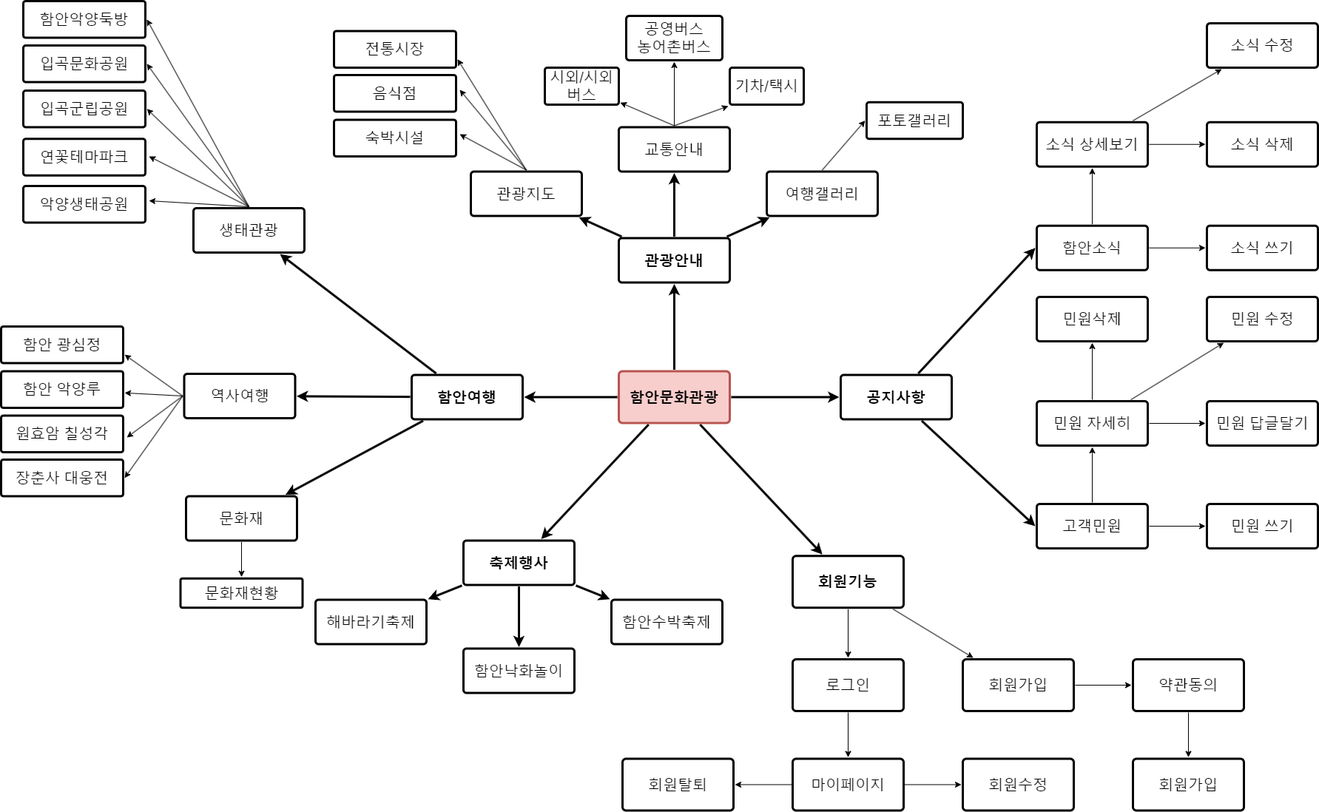
nxx5xxx/pro03 keeps this draw.io diagram as sourcefiles/설계도(mindmap)/메뉴.drawio.png. Above is the earlier version. Source tidied: cells renumbered, new cells last; positions are measured from the earlier drawing's top-left corner, leaving out a move shared by most shapes.
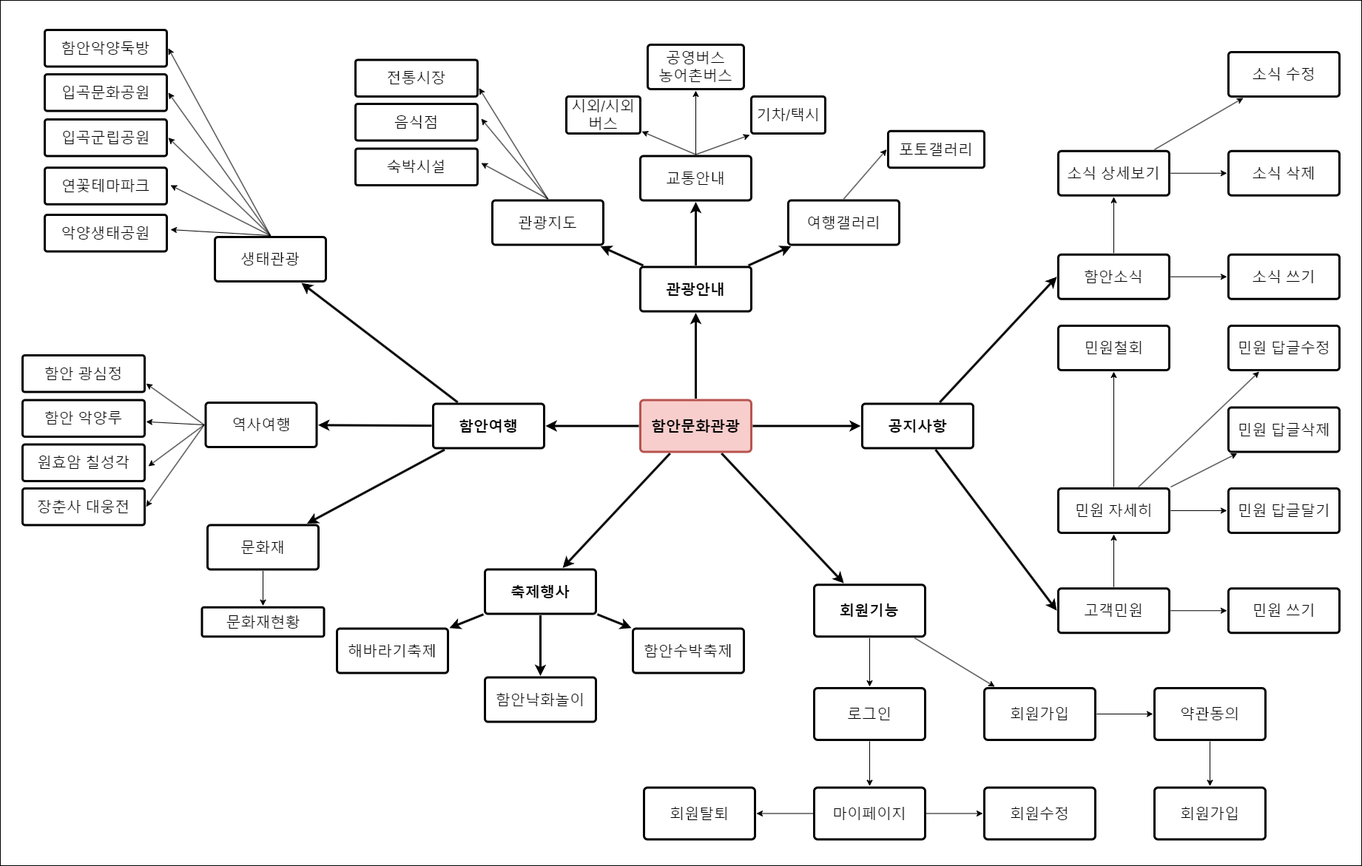
The same file after the commit.

Change to the diagram source:
```diff
@@ -2,6 +2,9 @@
   <root>
     <mxCell id="0" />
     <mxCell id="1" parent="0" />
+    <mxCell id="101" style="rounded=0;whiteSpace=wrap;html=1;strokeColor=default;" parent="1" vertex="1">
+      <mxGeometry x="-30" y="-40" width="1840" height="1170" as="geometry" />
+    </mxCell>
     <mxCell id="2" style="edgeStyle=none;rounded=0;jumpStyle=none;html=1;shadow=0;labelBackgroundColor=none;startArrow=none;startFill=0;endArrow=classic;endFill=1;jettySize=auto;strokeWidth=3;fontFamily=Helvetica;fontSize=20;fontColor=#23445D;spacing=5;" parent="1" edge="1" source="7" target="31">
       <mxGeometry relative="1" as="geometry" />
     </mxCell>
@@ -151,7 +154,7 @@
       <mxGeometry relative="1" as="geometry" />
     </mxCell>
     <mxCell id="48" value="고객민원" style="rounded=1;whiteSpace=wrap;html=1;shadow=0;labelBackgroundColor=none;strokeWidth=3;fontFamily=Helvetica;fontSize=20;align=center;spacing=5;fontStyle=0;arcSize=7;perimeterSpacing=2;" parent="1" vertex="1">
-      <mxGeometry x="1400" y="680" width="150" height="60" as="geometry" />
+      <mxGeometry x="1400" y="755.2" width="150" height="60" as="geometry" />
     </mxCell>
     <mxCell id="49" style="edgeStyle=none;rounded=1;jumpStyle=none;html=1;shadow=0;labelBackgroundColor=none;startArrow=none;startFill=0;jettySize=auto;strokeWidth=3;fontFamily=Helvetica;fontSize=20;fontColor=#FFFFFF;spacing=5;fontStyle=1;entryX=0;entryY=0.5;entryDx=0;entryDy=0;" parent="1" edge="1" source="45" target="48">
       <mxGeometry relative="1" as="geometry" />
@@ -241,7 +244,7 @@
       <mxGeometry x="1630" y="30" width="150" height="60" as="geometry" />
     </mxCell>
     <mxCell id="78" value="민원 쓰기" style="rounded=1;whiteSpace=wrap;html=1;shadow=0;labelBackgroundColor=none;strokeWidth=3;fontFamily=Helvetica;fontSize=20;align=center;spacing=5;fontStyle=0;arcSize=7;perimeterSpacing=2;" parent="1" vertex="1">
-      <mxGeometry x="1630" y="680" width="150" height="60" as="geometry" />
+      <mxGeometry x="1630" y="755.2" width="150" height="60" as="geometry" />
     </mxCell>
     <mxCell id="79" style="edgeStyle=orthogonalEdgeStyle;rounded=0;jettySize=auto;html=1;" parent="1" edge="1" source="82" target="83">
       <mxGeometry relative="1" as="geometry" />
@@ -253,15 +256,18 @@
       <mxGeometry relative="1" as="geometry" />
     </mxCell>
     <mxCell id="82" value="민원 자세히" style="rounded=1;whiteSpace=wrap;html=1;shadow=0;labelBackgroundColor=none;strokeWidth=3;fontFamily=Helvetica;fontSize=20;align=center;spacing=5;fontStyle=0;arcSize=7;perimeterSpacing=2;" parent="1" vertex="1">
-      <mxGeometry x="1400" y="541" width="150" height="60" as="geometry" />
+      <mxGeometry x="1400" y="620" width="150" height="60" as="geometry" />
     </mxCell>
+    <mxCell id="102" style="rounded=0;jettySize=auto;html=1;exitX=1;exitY=0;exitDx=0;exitDy=0;" parent="1" edge="1" source="82" target="103">
+      <mxGeometry relative="1" as="geometry" />
+    </mxCell>
     <mxCell id="83" value="민원 답글달기" style="rounded=1;whiteSpace=wrap;html=1;shadow=0;labelBackgroundColor=none;strokeWidth=3;fontFamily=Helvetica;fontSize=20;align=center;spacing=5;fontStyle=0;arcSize=7;perimeterSpacing=2;" parent="1" vertex="1">
-      <mxGeometry x="1630" y="541" width="150" height="60" as="geometry" />
+      <mxGeometry x="1630" y="620" width="150" height="60" as="geometry" />
     </mxCell>
-    <mxCell id="84" value="민원 수정" style="rounded=1;whiteSpace=wrap;html=1;shadow=0;labelBackgroundColor=none;strokeWidth=3;fontFamily=Helvetica;fontSize=20;align=center;spacing=5;fontStyle=0;arcSize=7;perimeterSpacing=2;" parent="1" vertex="1">
+    <mxCell id="84" value="민원 답글수정" style="rounded=1;whiteSpace=wrap;html=1;shadow=0;labelBackgroundColor=none;strokeWidth=3;fontFamily=Helvetica;fontSize=20;align=center;spacing=5;fontStyle=0;arcSize=7;perimeterSpacing=2;" parent="1" vertex="1">
       <mxGeometry x="1630" y="400" width="150" height="60" as="geometry" />
     </mxCell>
-    <mxCell id="85" value="민원삭제" style="rounded=1;whiteSpace=wrap;html=1;shadow=0;labelBackgroundColor=none;strokeWidth=3;fontFamily=Helvetica;fontSize=20;align=center;spacing=5;fontStyle=0;arcSize=7;perimeterSpacing=2;" parent="1" vertex="1">
+    <mxCell id="85" value="민원철회" style="rounded=1;whiteSpace=wrap;html=1;shadow=0;labelBackgroundColor=none;strokeWidth=3;fontFamily=Helvetica;fontSize=20;align=center;spacing=5;fontStyle=0;arcSize=7;perimeterSpacing=2;" parent="1" vertex="1">
       <mxGeometry x="1400" y="400" width="150" height="60" as="geometry" />
     </mxCell>
     <mxCell id="86" style="edgeStyle=orthogonalEdgeStyle;rounded=0;jettySize=auto;html=1;" parent="1" edge="1" source="88" target="90">
@@ -309,5 +315,8 @@
     <mxCell id="100" value="&lt;span style=&quot;font-weight: 400;&quot;&gt;회원가입&lt;/span&gt;" style="rounded=1;whiteSpace=wrap;html=1;shadow=0;labelBackgroundColor=none;strokeWidth=3;fontFamily=Helvetica;fontSize=20;align=center;fontStyle=1;spacing=5;arcSize=7;perimeterSpacing=2;" parent="1" vertex="1">
       <mxGeometry x="1530" y="1024.5" width="150" height="70" as="geometry" />
     </mxCell>
+    <mxCell id="103" value="민원 답글삭제" style="rounded=1;whiteSpace=wrap;html=1;shadow=0;labelBackgroundColor=none;strokeWidth=3;fontFamily=Helvetica;fontSize=20;align=center;spacing=5;fontStyle=0;arcSize=7;perimeterSpacing=2;" parent="1" vertex="1">
+      <mxGeometry x="1630" y="510.5" width="150" height="60" as="geometry" />
+    </mxCell>
   </root>
 </mxGraphModel>
```
